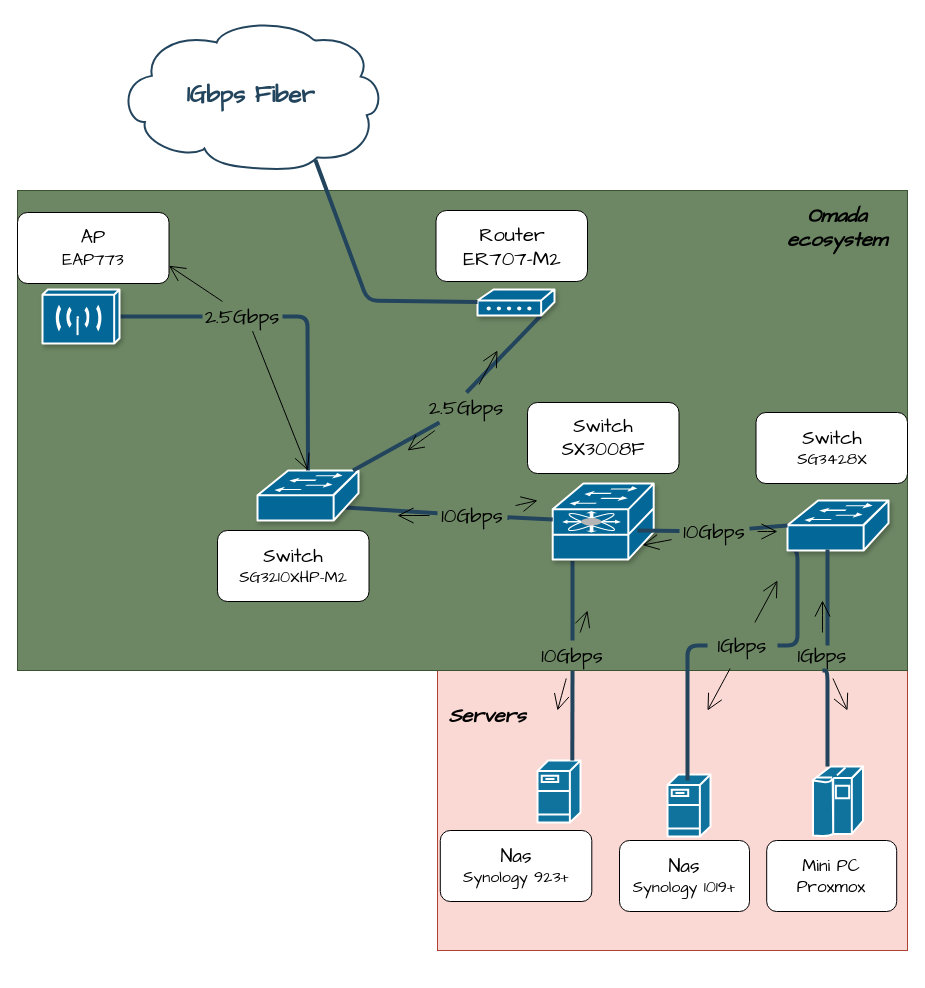
Earlier version of the draw.io diagram Homelab.drawio (TimJvandenBerg/homelab). Source tidied: cells renumbered, new cells numbered last; positions are measured from the earlier drawing's top-left corner, leaving out a move shared by most shapes. Both pictures are drawn from the tidied source at 100%, with x=0, y=0 at pixel (17, 18).
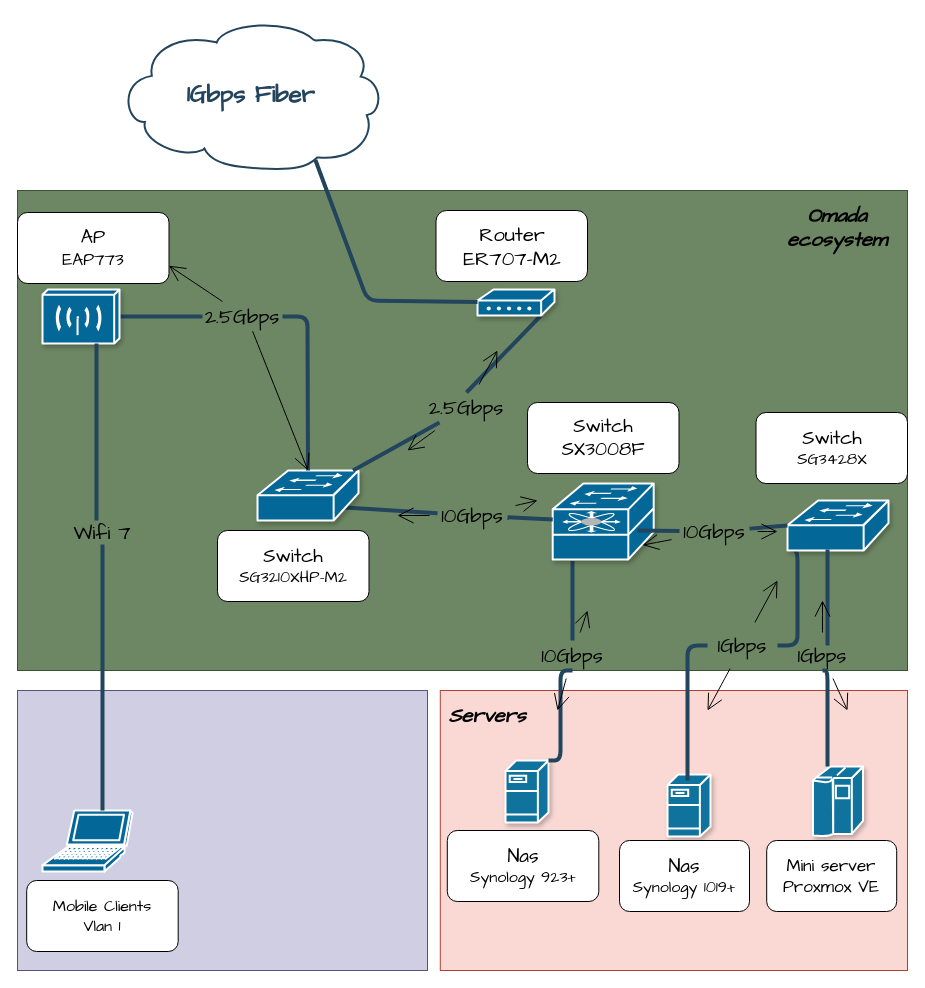
The same page after the edit.

The change refers to these unchanged cells:
```xml
<mxCell id="29" style="shape=mxgraph.cisco.wireless.wireless_transport;html=1;dashed=0;fillColor=#036897;strokeColor=#ffffff;strokeWidth=2;verticalLabelPosition=bottom;verticalAlign=top;align=center;outlineConnect=0;fontFamily=Architects Daughter;shadow=1;" parent="1" vertex="1">
  <mxGeometry x="25" y="271" width="77" height="54" as="geometry" />
</mxCell>
<mxCell id="45" value="&lt;div&gt;10Gbps&lt;/div&gt;" style="text;strokeColor=none;fillColor=none;html=1;align=center;verticalAlign=middle;whiteSpace=wrap;rounded=0;fontSize=20;fontFamily=Architects Daughter;" parent="1" vertex="1">
  <mxGeometry x="520" y="622" width="70" height="30" as="geometry" />
</mxCell>
```

Change to the diagram source:
```diff
@@
     <mxCell id="2" style="rounded=0;whiteSpace=wrap;html=1;fontFamily=Architects Daughter;fillColor=#fad9d5;strokeColor=#ae4132;" parent="1" vertex="1">
-      <mxGeometry x="420" y="652" width="470" height="280" as="geometry" />
+      <mxGeometry x="422.8" y="672" width="467.2" height="280" as="geometry" />
     </mxCell>
@@
-    <mxCell id="4" style="shape=mxgraph.cisco.servers.fileserver;html=1;dashed=0;fillColor=#10739E;strokeColor=#ffffff;strokeWidth=2;verticalLabelPosition=bottom;verticalAlign=top;fontFamily=Helvetica;fontSize=36;fontColor=#FFB366;" parent="1" vertex="1">
-      <mxGeometry x="520" y="742" width="43" height="62" as="geometry" />
+    <mxCell id="4" style="shape=mxgraph.cisco.servers.fileserver;html=1;dashed=0;fillColor=#10739E;strokeColor=#ffffff;strokeWidth=2;verticalLabelPosition=bottom;verticalAlign=top;fontFamily=Helvetica;fontSize=36;fontColor=#FFB366;shadow=1;" parent="1" vertex="1">
+      <mxGeometry x="488" y="742" width="43" height="62" as="geometry" />
     </mxCell>
-    <mxCell id="5" style="shape=mxgraph.cisco.servers.fileserver;html=1;dashed=0;fillColor=#10739E;strokeColor=#ffffff;strokeWidth=2;verticalLabelPosition=bottom;verticalAlign=top;fontFamily=Helvetica;fontSize=36;fontColor=#FFB366;" parent="1" vertex="1">
+    <mxCell id="5" style="shape=mxgraph.cisco.servers.fileserver;html=1;dashed=0;fillColor=#10739E;strokeColor=#ffffff;strokeWidth=2;verticalLabelPosition=bottom;verticalAlign=top;fontFamily=Helvetica;fontSize=36;fontColor=#FFB366;shadow=1;" parent="1" vertex="1">
       <mxGeometry x="650" y="756" width="43" height="62" as="geometry" />
     </mxCell>
-    <mxCell id="6" style="shape=mxgraph.cisco.computers_and_peripherals.ibm_mainframe;html=1;dashed=0;fillColor=#10739E;strokeColor=#ffffff;strokeWidth=2;verticalLabelPosition=bottom;verticalAlign=top;fontFamily=Helvetica;fontSize=36;fontColor=#FFB366;" parent="1" vertex="1">
+    <mxCell id="6" style="shape=mxgraph.cisco.computers_and_peripherals.ibm_mainframe;html=1;dashed=0;fillColor=#10739E;strokeColor=#ffffff;strokeWidth=2;verticalLabelPosition=bottom;verticalAlign=top;fontFamily=Helvetica;fontSize=36;fontColor=#FFB366;shadow=1;" parent="1" vertex="1">
       <mxGeometry x="795.5" y="748" width="50" height="70" as="geometry" />
     </mxCell>
@@
-    <mxCell id="42" style="edgeStyle=elbowEdgeStyle;elbow=horizontal;endArrow=none;html=1;strokeColor=#23445D;endFill=0;strokeWidth=4;rounded=1;entryX=0.196;entryY=1.006;entryDx=0;entryDy=0;entryPerimeter=0;" parent="1" edge="1">
-      <mxGeometry relative="1" as="geometry">
-        <mxPoint x="554.8" y="742" as="sourcePoint" />
-        <mxPoint x="554.5" y="652.2" as="targetPoint" />
-      </mxGeometry>
+    <mxCell id="42" style="edgeStyle=elbowEdgeStyle;elbow=horizontal;endArrow=none;html=1;strokeColor=#23445D;endFill=0;strokeWidth=4;rounded=1;entryX=0.5;entryY=1;entryDx=0;entryDy=0;exitX=1;exitY=0;exitDx=0;exitDy=0;exitPerimeter=0;" parent="1" edge="1" source="4" target="45">
+      <mxGeometry relative="1" as="geometry" />
     </mxCell>
@@
     <mxCell id="55" value="&lt;div&gt;&lt;font style=&quot;font-size: 19px;&quot;&gt;Nas&lt;/font&gt;&lt;/div&gt;&lt;div&gt;&lt;font style=&quot;font-size: 16px;&quot;&gt;Synology 923+&lt;/font&gt;&lt;/div&gt;" style="rounded=1;whiteSpace=wrap;html=1;fontFamily=Architects Daughter;arcSize=14;" parent="1" vertex="1">
-      <mxGeometry x="422.8" y="812" width="151.5" height="71" as="geometry" />
+      <mxGeometry x="429.8" y="812" width="151.5" height="71" as="geometry" />
     </mxCell>
@@
-    <mxCell id="58" value="&lt;div&gt;&lt;font style=&quot;font-size: 17px;&quot;&gt;Mini PC&lt;/font&gt;&lt;/div&gt;&lt;div&gt;&lt;font style=&quot;font-size: 17px;&quot;&gt;Proxmox&lt;/font&gt;&lt;/div&gt;" style="rounded=1;whiteSpace=wrap;html=1;fontFamily=Architects Daughter;arcSize=14;" parent="1" vertex="1">
+    <mxCell id="58" value="&lt;div&gt;&lt;font style=&quot;font-size: 17px;&quot;&gt;Mini server&lt;/font&gt;&lt;/div&gt;&lt;div&gt;&lt;font style=&quot;font-size: 17px;&quot;&gt;Proxmox VE&lt;/font&gt;&lt;/div&gt;" style="rounded=1;whiteSpace=wrap;html=1;fontFamily=Architects Daughter;arcSize=14;" parent="1" vertex="1">
       <mxGeometry x="749.2" y="822" width="130" height="71" as="geometry" />
     </mxCell>
+    <mxCell id="59" style="rounded=0;whiteSpace=wrap;html=1;fontFamily=Architects Daughter;fillColor=#d0cee2;strokeColor=#56517e;" parent="1" vertex="1">
+      <mxGeometry y="672" width="410" height="280" as="geometry" />
+    </mxCell>
+    <mxCell id="60" style="shape=mxgraph.cisco.computers_and_peripherals.laptop;sketch=0;html=1;dashed=0;fillColor=#036897;strokeColor=#ffffff;strokeWidth=2;verticalLabelPosition=bottom;verticalAlign=top;align=center;outlineConnect=0;fontFamily=Architects Daughter;" parent="1" vertex="1">
+      <mxGeometry x="25" y="792" width="90" height="61" as="geometry" />
+    </mxCell>
+    <mxCell id="61" style="edgeStyle=elbowEdgeStyle;elbow=horizontal;endArrow=none;html=1;strokeColor=#23445D;endFill=0;strokeWidth=4;rounded=1;" parent="1" edge="1" source="63" target="29">
+      <mxGeometry relative="1" as="geometry" />
+    </mxCell>
+    <mxCell id="62" style="edgeStyle=elbowEdgeStyle;elbow=horizontal;endArrow=none;html=1;strokeColor=#23445D;endFill=0;strokeWidth=4;rounded=1;" parent="1" edge="1" target="63">
+      <mxGeometry relative="1" as="geometry">
+        <mxPoint x="90" y="502" as="sourcePoint" />
+        <Array as="points">
+          <mxPoint x="90" y="512" />
+        </Array>
+      </mxGeometry>
+    </mxCell>
+    <mxCell id="63" value="&lt;div&gt;Wifi 7&lt;/div&gt;" style="text;strokeColor=none;fillColor=none;html=1;align=center;verticalAlign=middle;whiteSpace=wrap;rounded=0;fontSize=20;fontFamily=Architects Daughter;" parent="1" vertex="1">
+      <mxGeometry x="55" y="502" width="60" height="24" as="geometry" />
+    </mxCell>
+    <mxCell id="64" style="edgeStyle=elbowEdgeStyle;elbow=horizontal;endArrow=none;html=1;strokeColor=#23445D;endFill=0;strokeWidth=4;rounded=1;entryX=0.5;entryY=1;entryDx=0;entryDy=0;" parent="1" edge="1" source="60" target="63">
+      <mxGeometry relative="1" as="geometry">
+        <Array as="points">
+          <mxPoint x="85" y="732" />
+        </Array>
+      </mxGeometry>
+    </mxCell>
+    <mxCell id="65" value="&lt;div&gt;&lt;font style=&quot;font-size: 16px;&quot;&gt;Mobile Clients&lt;/font&gt;&lt;/div&gt;&lt;div&gt;&lt;font style=&quot;font-size: 16px;&quot;&gt;Vlan 1&lt;/font&gt;&lt;/div&gt;" style="rounded=1;whiteSpace=wrap;html=1;fontFamily=Architects Daughter;arcSize=14;" parent="1" vertex="1">
+      <mxGeometry x="9.2" y="862" width="151.5" height="71" as="geometry" />
+    </mxCell>
```
